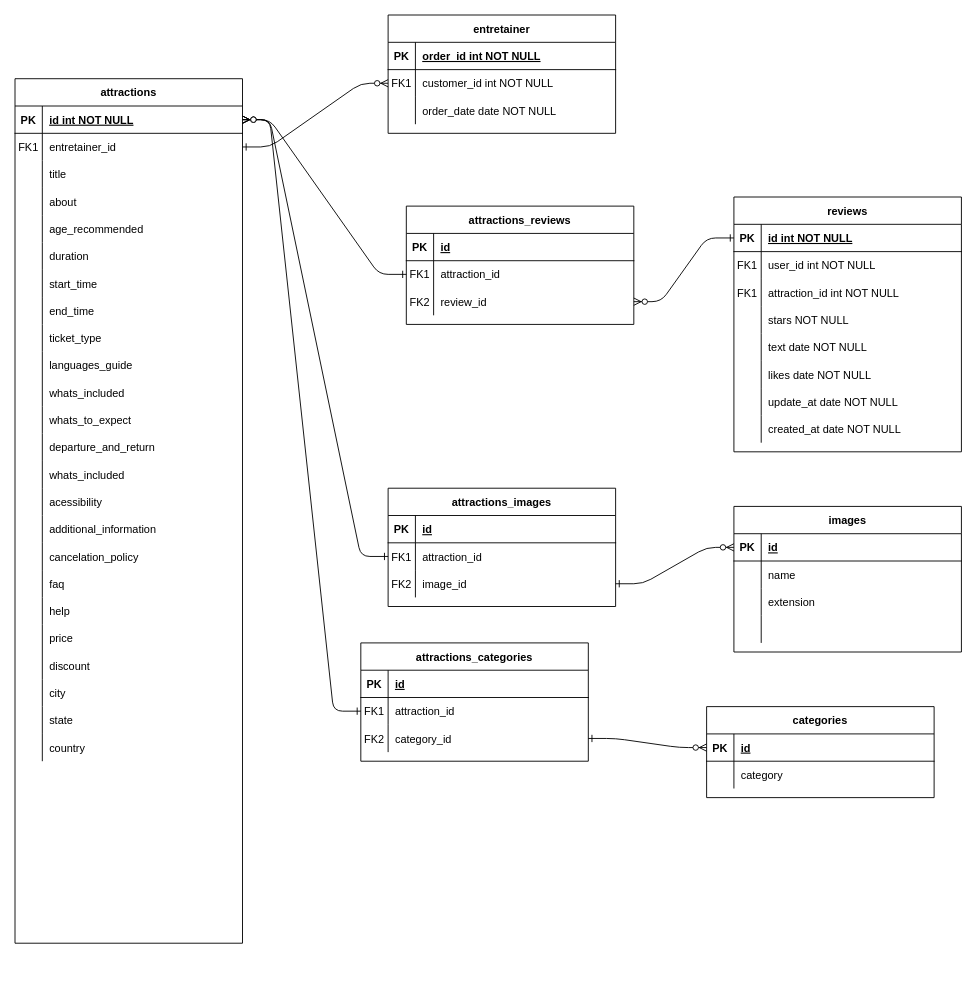
Earlier version of the draw.io diagram diagram/Untitled Diagram.drawio (gabrielulbrich/tourin). Source tidied: cells renumbered, new cells numbered last; positions are measured from the earlier drawing's top-left corner, leaving out a move shared by most shapes. Both pictures are drawn from the tidied source at 91%, with x=0, y=0 at pixel (15, 15).
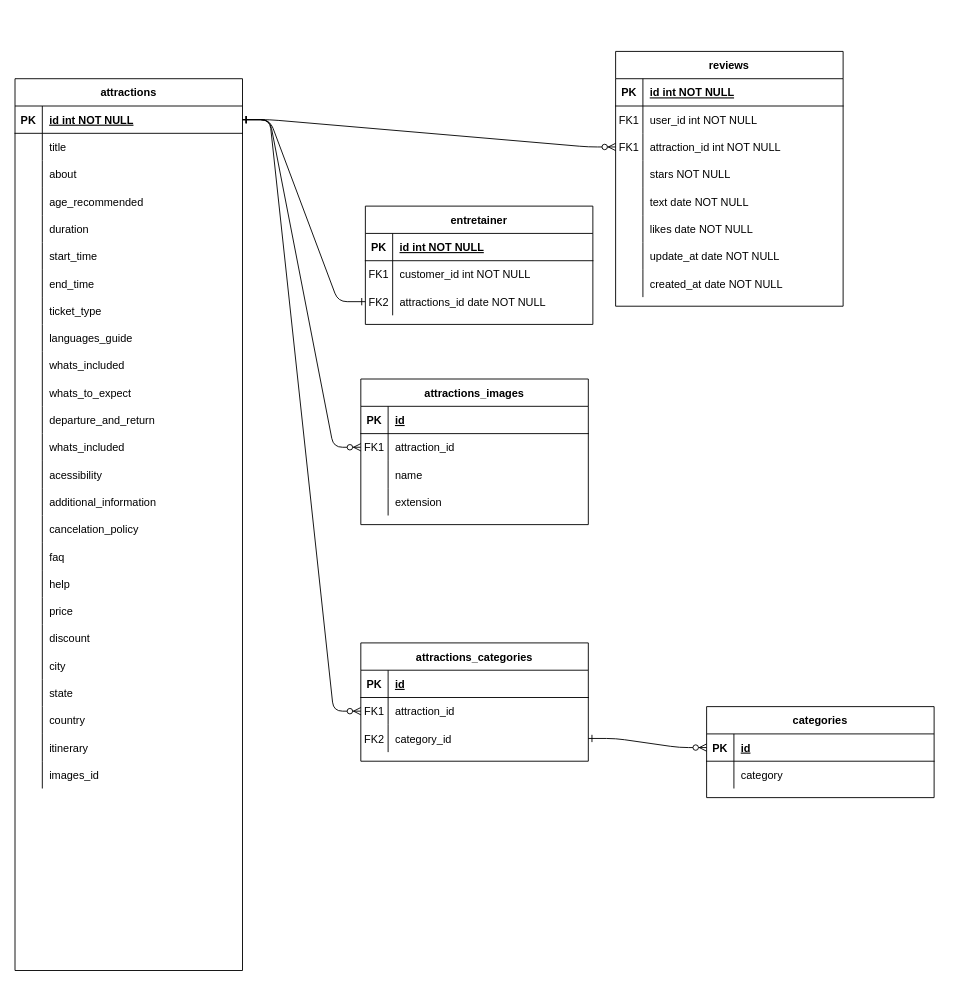
After the change.

Unchanged cells that the change refers to:
```xml
<mxCell id="4" style="shape=partialRectangle;fillColor=none;top=0;left=0;right=0;bottom=1;" parent="3" vertex="1">
  <mxGeometry y="30" width="250" height="30" as="geometry" />
</mxCell>
<mxCell id="7" style="shape=partialRectangle;fillColor=none;points=[[0,0.5],[1,0.5]];portConstraint=eastwest;top=0;left=0;right=0;bottom=0;" parent="3" vertex="1">
  <mxGeometry y="60" width="250" height="30" as="geometry" />
</mxCell>
<mxCell id="10" style="shape=partialRectangle;fillColor=none;points=[[0,0.5],[1,0.5]];portConstraint=eastwest;top=0;left=0;right=0;bottom=0;" parent="3" vertex="1">
  <mxGeometry y="90" width="250" height="30" as="geometry" />
</mxCell>
<mxCell id="14" style="shape=partialRectangle;fillColor=none;points=[[0,0.5],[1,0.5]];portConstraint=eastwest;top=0;left=0;right=0;bottom=1;" parent="13" vertex="1">
  <mxGeometry y="30" width="250" height="30" as="geometry" />
</mxCell>
<mxCell id="20" style="shape=partialRectangle;fillColor=none;points=[[0,0.5],[1,0.5]];portConstraint=eastwest;top=0;left=0;right=0;bottom=0;" parent="13" vertex="1">
  <mxGeometry y="90" width="250" height="30" as="geometry" />
</mxCell>
<mxCell id="39" style="shape=partialRectangle;fillColor=none;points=[[0,0.5],[1,0.5]];portConstraint=eastwest;top=0;left=0;right=0;bottom=1;" parent="38" vertex="1">
  <mxGeometry y="30" width="250" height="30" as="geometry" />
</mxCell>
<mxCell id="127" style="shape=partialRectangle;fillColor=none;points=[[0,0.5],[1,0.5]];portConstraint=eastwest;top=0;left=0;right=0;bottom=0;" parent="123" vertex="1">
  <mxGeometry y="60" width="250" height="30" as="geometry" />
</mxCell>
<mxCell id="146" style="shape=partialRectangle;fillColor=none;points=[[0,0.5],[1,0.5]];portConstraint=eastwest;top=0;left=0;right=0;bottom=0;" parent="142" vertex="1">
  <mxGeometry y="60" width="250" height="30" as="geometry" />
</mxCell>
<mxCell id="149" style="shape=partialRectangle;fillColor=none;points=[[0,0.5],[1,0.5]];portConstraint=eastwest;top=0;left=0;right=0;bottom=0;" parent="142" vertex="1">
  <mxGeometry y="90" width="250" height="30" as="geometry" />
</mxCell>
```

The edit, as a diff of the source:
```diff
@@
-    <mxCell id="2" style="edgeStyle=entityRelationEdgeStyle;endArrow=ERzeroToMany;startArrow=ERone;endFill=1;startFill=0;exitX=1;exitY=0.5;exitDx=0;exitDy=0;" parent="1" edge="1" source="42" target="7">
+    <mxCell id="2" style="edgeStyle=entityRelationEdgeStyle;endArrow=ERone;startArrow=ERone;endFill=0;startFill=0;exitX=1;exitY=0.5;exitDx=0;exitDy=0;entryX=0;entryY=0.5;entryDx=0;entryDy=0;" parent="1" edge="1" source="39" target="10">
       <mxGeometry relative="1" as="geometry" />
     </mxCell>
     <mxCell id="3" value="entretainer" style="shape=table;startSize=30;childLayout=tableLayout;rowLines=0;fontStyle=1;align=center;" parent="1" vertex="1">
-      <mxGeometry x="410" width="250" height="130" as="geometry" />
+      <mxGeometry x="385" y="210" width="250" height="130" as="geometry" />
     </mxCell>
@@
-    <mxCell id="6" value="order_id int NOT NULL " style="shape=partialRectangle;overflow=hidden;fillColor=none;top=0;left=0;bottom=0;right=0;align=left;spacingLeft=6;fontStyle=5;" parent="4" vertex="1">
+    <mxCell id="6" value="id int NOT NULL " style="shape=partialRectangle;overflow=hidden;fillColor=none;top=0;left=0;bottom=0;right=0;align=left;spacingLeft=6;fontStyle=5;" parent="4" vertex="1">
       <mxGeometry x="30" width="220" height="30" as="geometry" />
     </mxCell>
@@
-    <mxCell id="11" style="shape=partialRectangle;overflow=hidden;fillColor=none;top=0;left=0;bottom=0;right=0;" parent="10" vertex="1">
+    <mxCell id="11" value="FK2" style="shape=partialRectangle;overflow=hidden;fillColor=none;top=0;left=0;bottom=0;right=0;" parent="10" vertex="1">
       <mxGeometry width="30" height="30" as="geometry" />
     </mxCell>
-    <mxCell id="12" value="order_date date NOT NULL" style="shape=partialRectangle;overflow=hidden;fillColor=none;top=0;left=0;bottom=0;right=0;align=left;spacingLeft=6;" parent="10" vertex="1">
+    <mxCell id="12" value="attractions_id date NOT NULL" style="shape=partialRectangle;overflow=hidden;fillColor=none;top=0;left=0;bottom=0;right=0;align=left;spacingLeft=6;" parent="10" vertex="1">
       <mxGeometry x="30" width="220" height="30" as="geometry" />
     </mxCell>
     <mxCell id="13" value="reviews" style="shape=table;startSize=30;childLayout=tableLayout;rowLines=0;fontStyle=1;align=center;" parent="1" vertex="1">
-      <mxGeometry x="790" y="200" width="250" height="280" as="geometry" />
+      <mxGeometry x="660" y="40" width="250" height="280" as="geometry" />
     </mxCell>
@@
     <mxCell id="38" value="attractions" style="shape=table;startSize=30;childLayout=tableLayout;rowLines=0;fontStyle=1;align=center;" parent="1" vertex="1">
-      <mxGeometry y="70" width="250" height="950" as="geometry" />
+      <mxGeometry y="70" width="250" height="980" as="geometry" />
     </mxCell>
@@
-    <mxCell id="42" style="shape=partialRectangle;fillColor=none;points=[[0,0.5],[1,0.5]];portConstraint=eastwest;top=0;left=0;right=0;bottom=0;" parent="38" vertex="1">
-      <mxGeometry y="60" width="250" height="30" as="geometry" />
-    </mxCell>
-    <mxCell id="43" value="FK1" style="shape=partialRectangle;overflow=hidden;fillColor=none;top=0;left=0;bottom=0;right=0;" parent="42" vertex="1">
-      <mxGeometry width="30" height="30" as="geometry" />
-    </mxCell>
-    <mxCell id="44" value="entretainer_id" style="shape=partialRectangle;overflow=hidden;fillColor=none;top=0;left=0;bottom=0;right=0;align=left;spacingLeft=6;" parent="42" vertex="1">
-      <mxGeometry x="30" width="220" height="30" as="geometry" />
-    </mxCell>
     <mxCell id="45" style="shape=partialRectangle;fillColor=none;top=0;left=0;right=0;bottom=0;" parent="38" vertex="1">
-      <mxGeometry y="90" width="250" height="30" as="geometry" />
+      <mxGeometry y="60" width="250" height="30" as="geometry" />
     </mxCell>
@@
     <mxCell id="48" style="shape=partialRectangle;fillColor=none;top=0;left=0;right=0;bottom=0;" parent="38" vertex="1">
-      <mxGeometry y="120" width="250" height="30" as="geometry" />
+      <mxGeometry y="90" width="250" height="30" as="geometry" />
     </mxCell>
@@
     <mxCell id="51" style="shape=partialRectangle;fillColor=none;top=0;left=0;right=0;bottom=0;" parent="38" vertex="1">
-      <mxGeometry y="150" width="250" height="30" as="geometry" />
+      <mxGeometry y="120" width="250" height="30" as="geometry" />
     </mxCell>
@@
     <mxCell id="54" style="shape=partialRectangle;fillColor=none;top=0;left=0;right=0;bottom=0;" parent="38" vertex="1">
-      <mxGeometry y="180" width="250" height="30" as="geometry" />
+      <mxGeometry y="150" width="250" height="30" as="geometry" />
     </mxCell>
@@
     <mxCell id="57" style="shape=partialRectangle;fillColor=none;top=0;left=0;right=0;bottom=0;" parent="38" vertex="1">
-      <mxGeometry y="210" width="250" height="30" as="geometry" />
+      <mxGeometry y="180" width="250" height="30" as="geometry" />
     </mxCell>
@@
     <mxCell id="60" style="shape=partialRectangle;fillColor=none;top=0;left=0;right=0;bottom=0;" parent="38" vertex="1">
-      <mxGeometry y="240" width="250" height="30" as="geometry" />
+      <mxGeometry y="210" width="250" height="30" as="geometry" />
     </mxCell>
@@
     <mxCell id="63" style="shape=partialRectangle;fillColor=none;top=0;left=0;right=0;bottom=0;" parent="38" vertex="1">
-      <mxGeometry y="270" width="250" height="30" as="geometry" />
+      <mxGeometry y="240" width="250" height="30" as="geometry" />
     </mxCell>
@@
     <mxCell id="66" style="shape=partialRectangle;fillColor=none;top=0;left=0;right=0;bottom=0;" parent="38" vertex="1">
-      <mxGeometry y="300" width="250" height="30" as="geometry" />
+      <mxGeometry y="270" width="250" height="30" as="geometry" />
     </mxCell>
@@
     <mxCell id="69" style="shape=partialRectangle;fillColor=none;top=0;left=0;right=0;bottom=0;" parent="38" vertex="1">
-      <mxGeometry y="330" width="250" height="30" as="geometry" />
+      <mxGeometry y="300" width="250" height="30" as="geometry" />
     </mxCell>
@@
     <mxCell id="72" style="shape=partialRectangle;fillColor=none;top=0;left=0;right=0;bottom=0;" parent="38" vertex="1">
-      <mxGeometry y="360" width="250" height="30" as="geometry" />
+      <mxGeometry y="330" width="250" height="30" as="geometry" />
     </mxCell>
@@
     <mxCell id="75" style="shape=partialRectangle;fillColor=none;top=0;left=0;right=0;bottom=0;" parent="38" vertex="1">
-      <mxGeometry y="390" width="250" height="30" as="geometry" />
+      <mxGeometry y="360" width="250" height="30" as="geometry" />
     </mxCell>
@@
     <mxCell id="78" style="shape=partialRectangle;fillColor=none;top=0;left=0;right=0;bottom=0;" parent="38" vertex="1">
-      <mxGeometry y="420" width="250" height="30" as="geometry" />
+      <mxGeometry y="390" width="250" height="30" as="geometry" />
     </mxCell>
@@
     <mxCell id="81" style="shape=partialRectangle;fillColor=none;top=0;left=0;right=0;bottom=0;" parent="38" vertex="1">
-      <mxGeometry y="450" width="250" height="30" as="geometry" />
+      <mxGeometry y="420" width="250" height="30" as="geometry" />
     </mxCell>
@@
     <mxCell id="84" style="shape=partialRectangle;fillColor=none;top=0;left=0;right=0;bottom=0;" parent="38" vertex="1">
-      <mxGeometry y="480" width="250" height="30" as="geometry" />
+      <mxGeometry y="450" width="250" height="30" as="geometry" />
     </mxCell>
@@
     <mxCell id="87" style="shape=partialRectangle;fillColor=none;top=0;left=0;right=0;bottom=0;" parent="38" vertex="1">
-      <mxGeometry y="510" width="250" height="30" as="geometry" />
+      <mxGeometry y="480" width="250" height="30" as="geometry" />
     </mxCell>
@@
     <mxCell id="90" style="shape=partialRectangle;fillColor=none;top=0;left=0;right=0;bottom=0;" parent="38" vertex="1">
-      <mxGeometry y="540" width="250" height="30" as="geometry" />
+      <mxGeometry y="510" width="250" height="30" as="geometry" />
     </mxCell>
@@
     <mxCell id="93" style="shape=partialRectangle;fillColor=none;top=0;left=0;right=0;bottom=0;" parent="38" vertex="1">
-      <mxGeometry y="570" width="250" height="30" as="geometry" />
+      <mxGeometry y="540" width="250" height="30" as="geometry" />
     </mxCell>
@@
     <mxCell id="96" style="shape=partialRectangle;fillColor=none;top=0;left=0;right=0;bottom=0;" parent="38" vertex="1">
-      <mxGeometry y="600" width="250" height="30" as="geometry" />
+      <mxGeometry y="570" width="250" height="30" as="geometry" />
     </mxCell>
@@
     <mxCell id="99" style="shape=partialRectangle;fillColor=none;top=0;left=0;right=0;bottom=0;" parent="38" vertex="1">
-      <mxGeometry y="630" width="250" height="30" as="geometry" />
+      <mxGeometry y="600" width="250" height="30" as="geometry" />
     </mxCell>
@@
     <mxCell id="102" style="shape=partialRectangle;fillColor=none;top=0;left=0;right=0;bottom=0;" parent="38" vertex="1">
-      <mxGeometry y="660" width="250" height="30" as="geometry" />
+      <mxGeometry y="630" width="250" height="30" as="geometry" />
     </mxCell>
@@
     <mxCell id="105" style="shape=partialRectangle;fillColor=none;top=0;left=0;right=0;bottom=0;" parent="38" vertex="1">
-      <mxGeometry y="690" width="250" height="30" as="geometry" />
+      <mxGeometry y="660" width="250" height="30" as="geometry" />
     </mxCell>
@@
     <mxCell id="108" style="shape=partialRectangle;fillColor=none;top=0;left=0;right=0;bottom=0;" parent="38" vertex="1">
-      <mxGeometry y="720" width="250" height="30" as="geometry" />
+      <mxGeometry y="690" width="250" height="30" as="geometry" />
     </mxCell>
@@
-    <mxCell id="111" style="edgeStyle=entityRelationEdgeStyle;endArrow=ERzeroToMany;startArrow=ERone;endFill=1;startFill=0;entryX=1;entryY=0.5;entryDx=0;entryDy=0;exitX=0;exitY=0.5;exitDx=0;exitDy=0;" parent="1" edge="1" source="116" target="39">
-      <mxGeometry relative="1" as="geometry" />
-    </mxCell>
-    <mxCell id="112" value="attractions_reviews" style="shape=table;startSize=30;childLayout=tableLayout;rowLines=0;fontStyle=1;align=center;" parent="1" vertex="1">
-      <mxGeometry x="430" y="210" width="250" height="130" as="geometry" />
-    </mxCell>
-    <mxCell id="113" style="shape=partialRectangle;fillColor=none;top=0;left=0;right=0;bottom=1;" parent="112" vertex="1">
-      <mxGeometry y="30" width="250" height="30" as="geometry" />
-    </mxCell>
-    <mxCell id="114" value="PK" style="shape=partialRectangle;overflow=hidden;fillColor=none;top=0;left=0;bottom=0;right=0;fontStyle=1;" parent="113" vertex="1">
-      <mxGeometry width="30" height="30" as="geometry" />
-    </mxCell>
-    <mxCell id="115" value="id" style="shape=partialRectangle;overflow=hidden;fillColor=none;top=0;left=0;bottom=0;right=0;align=left;spacingLeft=6;fontStyle=5;" parent="113" vertex="1">
-      <mxGeometry x="30" width="220" height="30" as="geometry" />
-    </mxCell>
-    <mxCell id="116" style="shape=partialRectangle;fillColor=none;points=[[0,0.5],[1,0.5]];portConstraint=eastwest;top=0;left=0;right=0;bottom=0;" parent="112" vertex="1">
-      <mxGeometry y="60" width="250" height="30" as="geometry" />
-    </mxCell>
-    <mxCell id="117" value="FK1" style="shape=partialRectangle;overflow=hidden;fillColor=none;top=0;left=0;bottom=0;right=0;" parent="116" vertex="1">
-      <mxGeometry width="30" height="30" as="geometry" />
-    </mxCell>
-    <mxCell id="118" value="attraction_id" style="shape=partialRectangle;overflow=hidden;fillColor=none;top=0;left=0;bottom=0;right=0;align=left;spacingLeft=6;" parent="116" vertex="1">
-      <mxGeometry x="30" width="220" height="30" as="geometry" />
-    </mxCell>
-    <mxCell id="119" style="shape=partialRectangle;fillColor=none;points=[[0,0.5],[1,0.5]];portConstraint=eastwest;top=0;left=0;right=0;bottom=0;" parent="112" vertex="1">
-      <mxGeometry y="90" width="250" height="30" as="geometry" />
-    </mxCell>
-    <mxCell id="120" value="FK2" style="shape=partialRectangle;overflow=hidden;fillColor=none;top=0;left=0;bottom=0;right=0;" parent="119" vertex="1">
-      <mxGeometry width="30" height="30" as="geometry" />
-    </mxCell>
-    <mxCell id="121" value="review_id" style="shape=partialRectangle;overflow=hidden;fillColor=none;top=0;left=0;bottom=0;right=0;align=left;spacingLeft=6;" parent="119" vertex="1">
-      <mxGeometry x="30" width="220" height="30" as="geometry" />
-    </mxCell>
+    <mxCell id="167" style="shape=partialRectangle;fillColor=none;top=0;left=0;right=0;bottom=0;" parent="38" vertex="1">
+      <mxGeometry y="720" width="250" height="30" as="geometry" />
+    </mxCell>
+    <mxCell id="168" style="shape=partialRectangle;overflow=hidden;fillColor=none;top=0;left=0;bottom=0;right=0;" parent="167" vertex="1">
+      <mxGeometry width="30" height="30" as="geometry" />
+    </mxCell>
+    <mxCell id="169" value="itinerary" style="shape=partialRectangle;overflow=hidden;fillColor=none;top=0;left=0;bottom=0;right=0;align=left;spacingLeft=6;" parent="167" vertex="1">
+      <mxGeometry x="30" width="220" height="30" as="geometry" />
+    </mxCell>
+    <mxCell id="170" style="shape=partialRectangle;fillColor=none;top=0;left=0;right=0;bottom=0;" parent="38" vertex="1">
+      <mxGeometry y="750" width="250" height="30" as="geometry" />
+    </mxCell>
+    <mxCell id="171" style="shape=partialRectangle;overflow=hidden;fillColor=none;top=0;left=0;bottom=0;right=0;" parent="170" vertex="1">
+      <mxGeometry width="30" height="30" as="geometry" />
+    </mxCell>
+    <mxCell id="172" value="images_id" style="shape=partialRectangle;overflow=hidden;fillColor=none;top=0;left=0;bottom=0;right=0;align=left;spacingLeft=6;" parent="170" vertex="1">
+      <mxGeometry x="30" width="220" height="30" as="geometry" />
+    </mxCell>
-    <mxCell id="122" style="edgeStyle=entityRelationEdgeStyle;endArrow=ERzeroToMany;startArrow=ERone;endFill=1;startFill=0;entryX=1;entryY=0.5;entryDx=0;entryDy=0;exitX=0;exitY=0.5;exitDx=0;exitDy=0;" parent="1" edge="1" source="14" target="119">
+    <mxCell id="122" style="edgeStyle=entityRelationEdgeStyle;endArrow=ERzeroToMany;startArrow=ERone;endFill=1;startFill=0;entryX=0;entryY=0.5;entryDx=0;entryDy=0;exitX=1;exitY=0.5;exitDx=0;exitDy=0;" parent="1" edge="1" source="39" target="20">
       <mxGeometry relative="1" as="geometry">
         <Array as="points">
-          <mxPoint x="400" y="420" />
-          <mxPoint x="370" y="460" />
-          <mxPoint x="380" y="390" />
-          <mxPoint x="360" y="315" />
-          <mxPoint x="380" y="370" />
-          <mxPoint x="380" y="360" />
-          <mxPoint x="400" y="350" />
+          <mxPoint x="200" y="375" />
+          <mxPoint x="170" y="415" />
+          <mxPoint x="180" y="345" />
+          <mxPoint x="160" y="270" />
+          <mxPoint x="180" y="325" />
+          <mxPoint x="180" y="315" />
+          <mxPoint x="200" y="305" />
         </Array>
       </mxGeometry>
     </mxCell>
@@
-    <mxCell id="133" style="edgeStyle=entityRelationEdgeStyle;endArrow=ERzeroToMany;startArrow=ERone;endFill=1;startFill=0;entryX=1;entryY=0.5;entryDx=0;entryDy=0;exitX=0;exitY=0.5;exitDx=0;exitDy=0;" parent="1" edge="1" source="127" target="39">
-      <mxGeometry relative="1" as="geometry" />
-    </mxCell>
@@
     <mxCell id="142" value="attractions_images" style="shape=table;startSize=30;childLayout=tableLayout;rowLines=0;fontStyle=1;align=center;" parent="1" vertex="1">
-      <mxGeometry x="410" y="520" width="250" height="130" as="geometry" />
+      <mxGeometry x="380" y="400" width="250" height="160" as="geometry" />
     </mxCell>
@@
-    <mxCell id="150" value="FK2" style="shape=partialRectangle;overflow=hidden;fillColor=none;top=0;left=0;bottom=0;right=0;" parent="149" vertex="1">
+    <mxCell id="150" style="shape=partialRectangle;overflow=hidden;fillColor=none;top=0;left=0;bottom=0;right=0;" parent="149" vertex="1">
       <mxGeometry width="30" height="30" as="geometry" />
     </mxCell>
-    <mxCell id="151" value="image_id" style="shape=partialRectangle;overflow=hidden;fillColor=none;top=0;left=0;bottom=0;right=0;align=left;spacingLeft=6;" parent="149" vertex="1">
+    <mxCell id="151" value="name" style="shape=partialRectangle;overflow=hidden;fillColor=none;top=0;left=0;bottom=0;right=0;align=left;spacingLeft=6;" parent="149" vertex="1">
       <mxGeometry x="30" width="220" height="30" as="geometry" />
     </mxCell>
+    <mxCell id="163" style="shape=partialRectangle;fillColor=none;top=0;left=0;right=0;bottom=0;" parent="142" vertex="1">
+      <mxGeometry y="120" width="250" height="30" as="geometry" />
+    </mxCell>
+    <mxCell id="173" style="shape=partialRectangle;overflow=hidden;fillColor=none;top=0;left=0;bottom=0;right=0;" parent="163" vertex="1">
+      <mxGeometry width="30" height="30" as="geometry" />
+    </mxCell>
+    <mxCell id="162" value="extension" style="shape=partialRectangle;overflow=hidden;fillColor=none;top=0;left=0;bottom=0;right=0;align=left;spacingLeft=6;" parent="163" vertex="1">
+      <mxGeometry x="30" width="220" height="30" as="geometry" />
+    </mxCell>
-    <mxCell id="152" style="edgeStyle=entityRelationEdgeStyle;endArrow=ERzeroToMany;startArrow=ERone;endFill=1;startFill=0;entryX=1;entryY=0.5;entryDx=0;entryDy=0;exitX=0;exitY=0.5;exitDx=0;exitDy=0;" parent="1" edge="1" source="146" target="39">
+    <mxCell id="152" style="edgeStyle=entityRelationEdgeStyle;endArrow=ERzeroToMany;startArrow=ERone;endFill=1;startFill=0;entryX=0;entryY=0.5;entryDx=0;entryDy=0;exitX=1;exitY=0.5;exitDx=0;exitDy=0;" parent="1" edge="1" source="39" target="146">
       <mxGeometry relative="1" as="geometry" />
     </mxCell>
-    <mxCell id="153" value="images" style="shape=table;startSize=30;childLayout=tableLayout;rowLines=0;fontStyle=1;align=center;" parent="1" vertex="1">
-      <mxGeometry x="790" y="540" width="250" height="160" as="geometry" />
-    </mxCell>
-    <mxCell id="154" style="shape=partialRectangle;fillColor=none;points=[[0,0.5],[1,0.5]];portConstraint=eastwest;top=0;left=0;right=0;bottom=1;" parent="153" vertex="1">
-      <mxGeometry y="30" width="250" height="30" as="geometry" />
-    </mxCell>
-    <mxCell id="155" value="PK" style="shape=partialRectangle;overflow=hidden;fillColor=none;top=0;left=0;bottom=0;right=0;fontStyle=1;" parent="154" vertex="1">
-      <mxGeometry width="30" height="30" as="geometry" />
-    </mxCell>
-    <mxCell id="156" value="id" style="shape=partialRectangle;overflow=hidden;fillColor=none;top=0;left=0;bottom=0;right=0;align=left;spacingLeft=6;fontStyle=5;" parent="154" vertex="1">
-      <mxGeometry x="30" width="220" height="30" as="geometry" />
-    </mxCell>
-    <mxCell id="157" style="shape=partialRectangle;fillColor=none;top=0;left=0;right=0;bottom=0;" parent="153" vertex="1">
-      <mxGeometry y="60" width="250" height="30" as="geometry" />
-    </mxCell>
-    <mxCell id="158" style="shape=partialRectangle;overflow=hidden;fillColor=none;top=0;left=0;bottom=0;right=0;" parent="157" vertex="1">
-      <mxGeometry width="30" height="30" as="geometry" />
-    </mxCell>
-    <mxCell id="159" value="name" style="shape=partialRectangle;overflow=hidden;fillColor=none;top=0;left=0;bottom=0;right=0;align=left;spacingLeft=6;" parent="157" vertex="1">
-      <mxGeometry x="30" width="220" height="30" as="geometry" />
-    </mxCell>
-    <mxCell id="160" style="shape=partialRectangle;fillColor=none;top=0;left=0;right=0;bottom=0;" parent="153" vertex="1">
-      <mxGeometry y="90" width="250" height="30" as="geometry" />
-    </mxCell>
-    <mxCell id="161" style="shape=partialRectangle;overflow=hidden;fillColor=none;top=0;left=0;bottom=0;right=0;" parent="160" vertex="1">
-      <mxGeometry width="30" height="30" as="geometry" />
-    </mxCell>
-    <mxCell id="162" value="extension" style="shape=partialRectangle;overflow=hidden;fillColor=none;top=0;left=0;bottom=0;right=0;align=left;spacingLeft=6;" parent="160" vertex="1">
-      <mxGeometry x="30" width="220" height="30" as="geometry" />
-    </mxCell>
-    <mxCell id="163" style="shape=partialRectangle;fillColor=none;top=0;left=0;right=0;bottom=0;" parent="153" vertex="1">
-      <mxGeometry y="120" width="250" height="30" as="geometry" />
-    </mxCell>
-    <mxCell id="164" style="shape=partialRectangle;overflow=hidden;fillColor=none;top=0;left=0;bottom=0;right=0;" parent="163" vertex="1">
-      <mxGeometry width="30" height="30" as="geometry" />
-    </mxCell>
-    <mxCell id="165" style="shape=partialRectangle;overflow=hidden;fillColor=none;top=0;left=0;bottom=0;right=0;align=left;spacingLeft=6;" parent="163" vertex="1">
-      <mxGeometry x="30" width="220" height="30" as="geometry" />
-    </mxCell>
-    <mxCell id="166" style="edgeStyle=entityRelationEdgeStyle;endArrow=ERzeroToMany;startArrow=ERone;endFill=1;startFill=0;entryX=0;entryY=0.5;entryDx=0;entryDy=0;exitX=1;exitY=0.5;exitDx=0;exitDy=0;" parent="1" edge="1" source="149" target="154">
-      <mxGeometry relative="1" as="geometry">
-        <Array as="points">
-          <mxPoint x="1470" y="815" />
-          <mxPoint x="750" y="460" />
-        </Array>
-      </mxGeometry>
-    </mxCell>
+    <mxCell id="174" style="edgeStyle=entityRelationEdgeStyle;endArrow=ERzeroToMany;startArrow=ERone;endFill=1;startFill=0;entryX=0;entryY=0.5;entryDx=0;entryDy=0;exitX=1;exitY=0.5;exitDx=0;exitDy=0;" parent="1" edge="1" source="39" target="127">
+      <mxGeometry relative="1" as="geometry" />
+    </mxCell>
```
